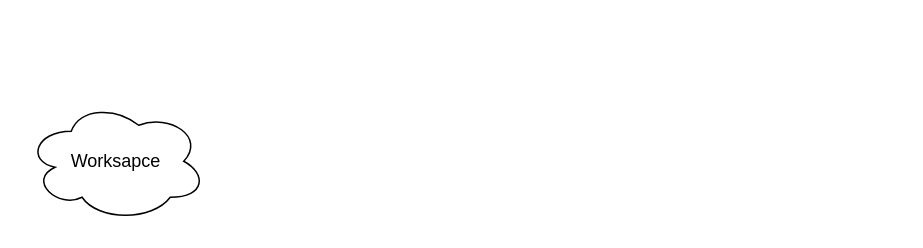
This is First Diagram.drawio from grahamwhiteman/PowerBiDocs, a draw.io file, before an edit. Source tidied: cells renumbered, new cells numbered last; positions are measured from the earlier drawing's top-left corner, leaving out a move shared by most shapes. Both pictures are drawn from the tidied source at 150%, with x=0, y=0 at pixel (26, 100).
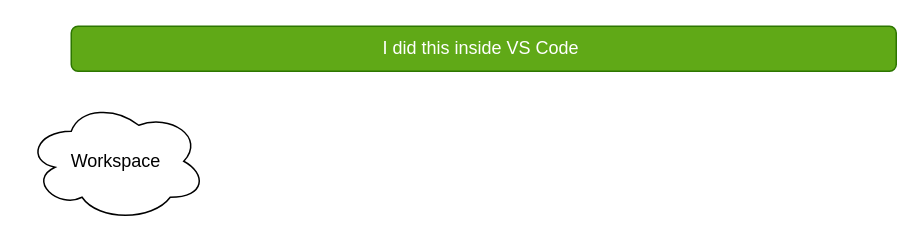
After the change.

Change to the diagram source:
```diff
@@
 <mxGraphModel>
   <root>
     <mxCell id="0" />
     <mxCell id="1" parent="0" />
-    <mxCell id="2" value="Worksapce" style="ellipse;shape=cloud;whiteSpace=wrap;html=1;" parent="1" vertex="1">
+    <mxCell id="2" value="Workspace" style="ellipse;shape=cloud;whiteSpace=wrap;html=1;" parent="1" vertex="1">
       <mxGeometry width="120" height="80" as="geometry" />
     </mxCell>
+    <mxCell id="3" value="I did this inside VS Code&amp;nbsp;" style="rounded=1;whiteSpace=wrap;html=1;fillColor=#60a917;strokeColor=#2D7600;fontColor=#ffffff;" parent="1" vertex="1">
+      <mxGeometry x="30" y="-50" width="550" height="30" as="geometry" />
+    </mxCell>
   </root>
 </mxGraphModel>
```
